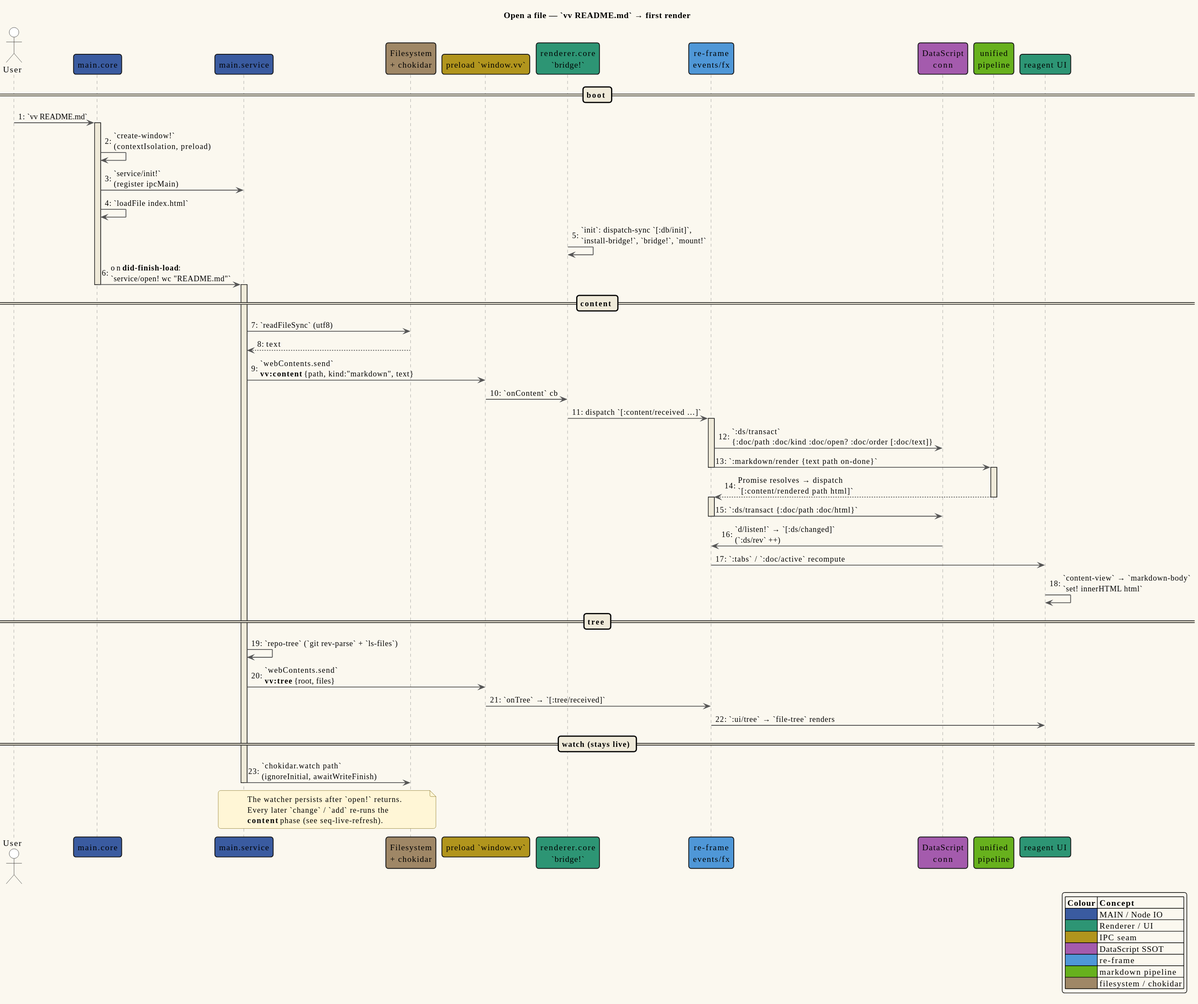
Before: docs/diagrams/seq-open-file.svg, a diagram exported from PlantUML (vinary-tree/vinary-viewer). Its source is kept beside it as docs/diagrams/seq-open-file.puml. Source of this version:
```plantuml
@startuml seq-open-file
!include _vv-theme.iuml

title Open a file — `vv README.md` → first render

autonumber "0:"

actor User #white
participant "main.core" as Core MAIN_COLOR
participant "main.service" as Svc MAIN_COLOR
participant "Filesystem\n+ chokidar" as FS FS_COLOR
participant "preload `window.vv`" as Vv IPC_COLOR
participant "renderer.core\n`bridge!`" as RCore RENDERER_COLOR
participant "re-frame\nevents/fx" as RF REFRAME_COLOR
participant "DataScript\nconn" as DS DATASCRIPT_COLOR
participant "unified\npipeline" as MD MARKDOWN_COLOR
participant "reagent UI" as UI RENDERER_COLOR

== boot ==
User -> Core : `vv README.md`
activate Core
Core -> Core : `create-window!`\n(contextIsolation, preload)
Core -> Svc : `service/init!`\n(register ipcMain)
Core -> Core : `loadFile index.html`
RCore -> RCore : `init`: dispatch-sync `[:db/init]`,\n`install-bridge!`, `bridge!`, `mount!`
Core -> Svc : on **did-finish-load**:\n`service/open! wc "README.md"`
deactivate Core
activate Svc

== content ==
Svc -> FS : `readFileSync` (utf8)
FS --> Svc : text
Svc -> Vv : `webContents.send`\n**vv:content** {path, kind:"markdown", text}
Vv -> RCore : `onContent` cb
RCore -> RF : dispatch `[:content/received …]`
activate RF
RF -> DS : `:ds/transact`\n{:doc/path :doc/kind :doc/open? :doc/order [:doc/text]}
RF -> MD : `:markdown/render {text path on-done}`
deactivate RF
activate MD
MD --> RF : Promise resolves → dispatch\n`[:content/rendered path html]`
deactivate MD
activate RF
RF -> DS : `:ds/transact {:doc/path :doc/html}`
deactivate RF
DS -> RF : `d/listen!` → `[:ds/changed]`\n(`:ds/rev` ++)
RF -> UI : `:tabs` / `:doc/active` recompute
UI -> UI : `content-view` → `markdown-body`\n`set! innerHTML html`

== tree ==
Svc -> Svc : `repo-tree` (`git rev-parse` + `ls-files`)
Svc -> Vv : `webContents.send`\n**vv:tree** {root, files}
Vv -> RF : `onTree` → `[:tree/received]`
RF -> UI : `:ui/tree` → `file-tree` renders

== watch (stays live) ==
Svc -> FS : `chokidar.watch path`\n(ignoreInitial, awaitWriteFinish)
note over Svc, FS
  The watcher persists after `open!` returns.
  Every later `change` / `add` re-runs the
  **content** phase (see seq-live-refresh).
end note
deactivate Svc

legend right
  |= Colour |= Concept |
  | <#3A5BA0> | MAIN / Node IO |
  | <#2D9574> | Renderer / UI |
  | <#B1951D> | IPC seam |
  | <#A45BAD> | DataScript SSOT |
  | <#4F97D7> | re-frame |
  | <#67B11D> | markdown pipeline |
  | <#9F8766> | filesystem / chokidar |
endlegend
@enduml
```
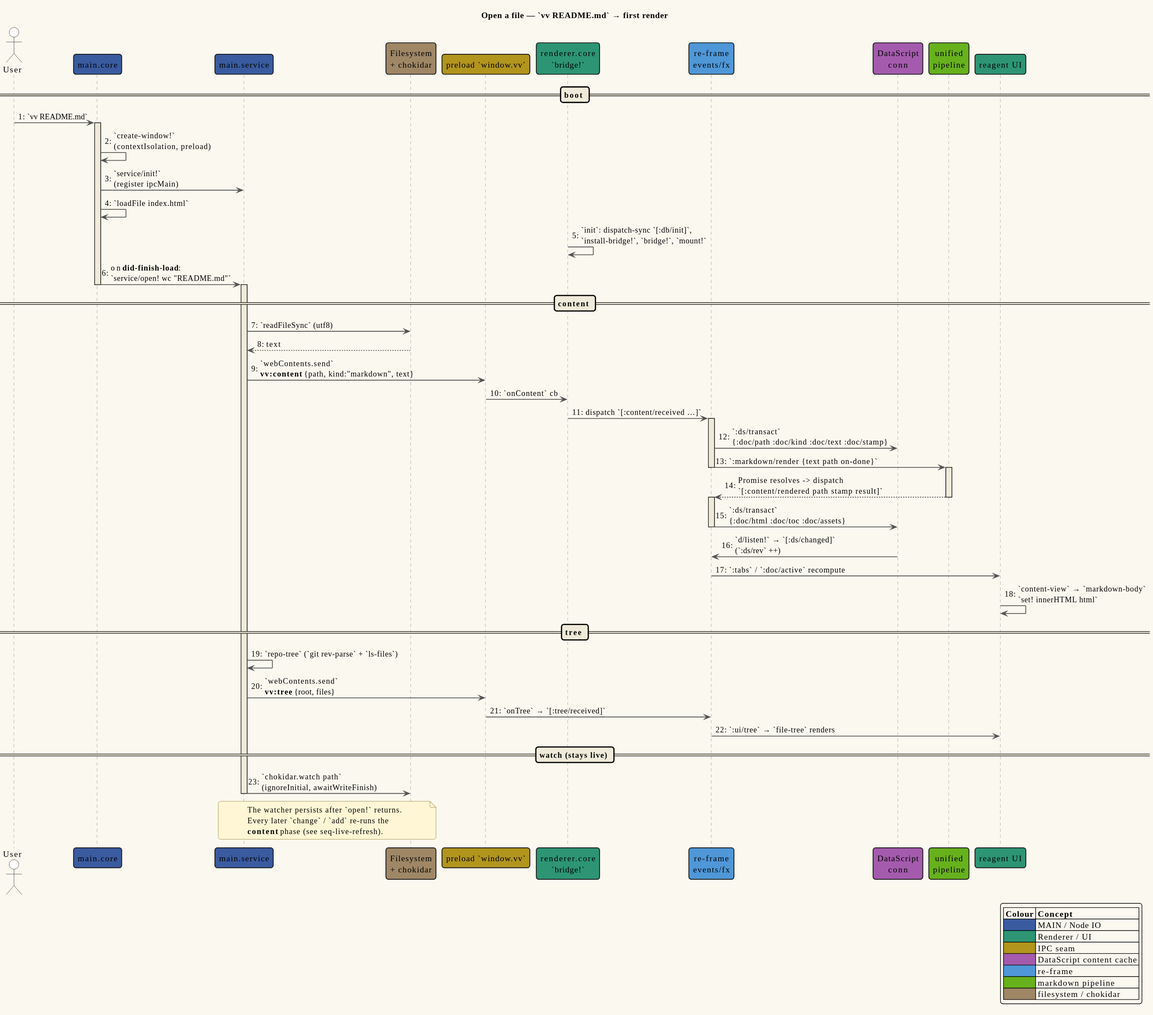
After the change.

Diff of the diagram source:
```diff
@@ -34,14 +34,14 @@
 Vv -> RCore : `onContent` cb
 RCore -> RF : dispatch `[:content/received …]`
 activate RF
-RF -> DS : `:ds/transact`\n{:doc/path :doc/kind :doc/open? :doc/order [:doc/text]}
+RF -> DS : `:ds/transact`\n{:doc/path :doc/kind :doc/text :doc/stamp}
 RF -> MD : `:markdown/render {text path on-done}`
 deactivate RF
 activate MD
-MD --> RF : Promise resolves → dispatch\n`[:content/rendered path html]`
+MD --> RF : Promise resolves -> dispatch\n`[:content/rendered path stamp result]`
 deactivate MD
 activate RF
-RF -> DS : `:ds/transact {:doc/path :doc/html}`
+RF -> DS : `:ds/transact`\n{:doc/html :doc/toc :doc/assets}
 deactivate RF
 DS -> RF : `d/listen!` → `[:ds/changed]`\n(`:ds/rev` ++)
 RF -> UI : `:tabs` / `:doc/active` recompute
@@ -67,7 +67,7 @@
   | <#3A5BA0> | MAIN / Node IO |
   | <#2D9574> | Renderer / UI |
   | <#B1951D> | IPC seam |
-  | <#A45BAD> | DataScript SSOT |
+  | <#A45BAD> | DataScript content cache |
   | <#4F97D7> | re-frame |
   | <#67B11D> | markdown pipeline |
   | <#9F8766> | filesystem / chokidar |
```
